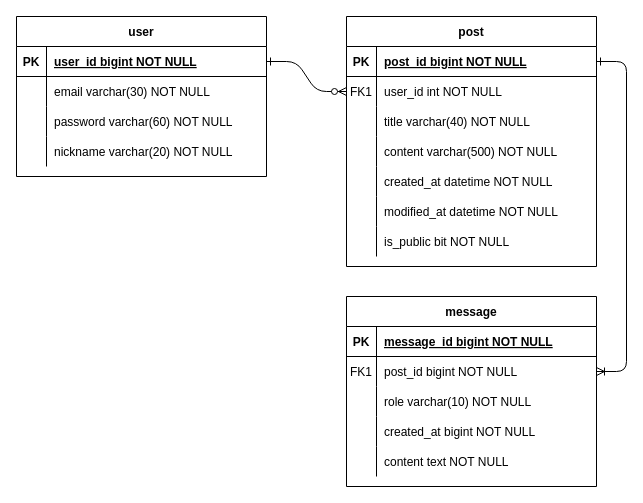
Above: ER다이어그램.drawio in GunwooJo/codefeedbackBE (draw.io), before the change. Source tidied: cells renumbered, new cells numbered last; positions are measured from the earlier drawing's top-left corner, leaving out a move shared by most shapes. Both pictures are drawn from the tidied source at 100%, with x=0, y=0 at pixel (16, 16).
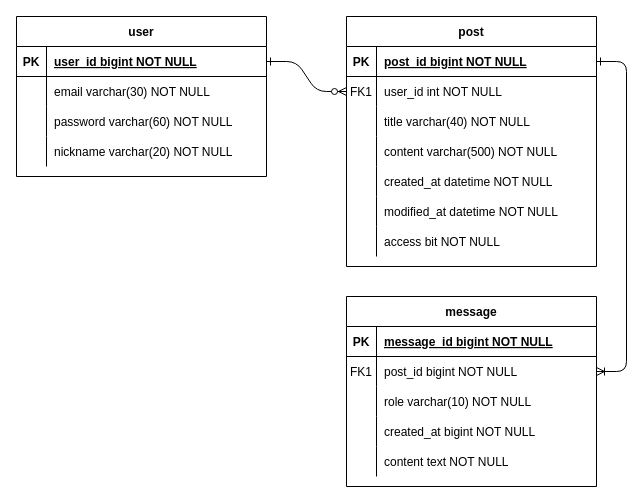
The same diagram, later.

Commit message:
post 테이블의 컬럼 이름 변경(isPublic -> access)

Unchanged cells that the change refers to:
```xml
<mxCell id="23" style="shape=partialRectangle;fillColor=none;top=0;left=0;right=0;bottom=0;" parent="4" vertex="1">
  <mxGeometry y="210" width="250" height="30" as="geometry" />
</mxCell>
```

Diff of the diagram source:
```diff
@@
-    <mxCell id="25" value="is_public bit NOT NULL" style="shape=partialRectangle;overflow=hidden;fillColor=none;top=0;left=0;bottom=0;right=0;align=left;spacingLeft=6;" parent="23" vertex="1">
+    <mxCell id="25" value="access bit NOT NULL" style="shape=partialRectangle;overflow=hidden;fillColor=none;top=0;left=0;bottom=0;right=0;align=left;spacingLeft=6;" parent="23" vertex="1">
       <mxGeometry x="30" width="220" height="30" as="geometry" />
     </mxCell>
```
